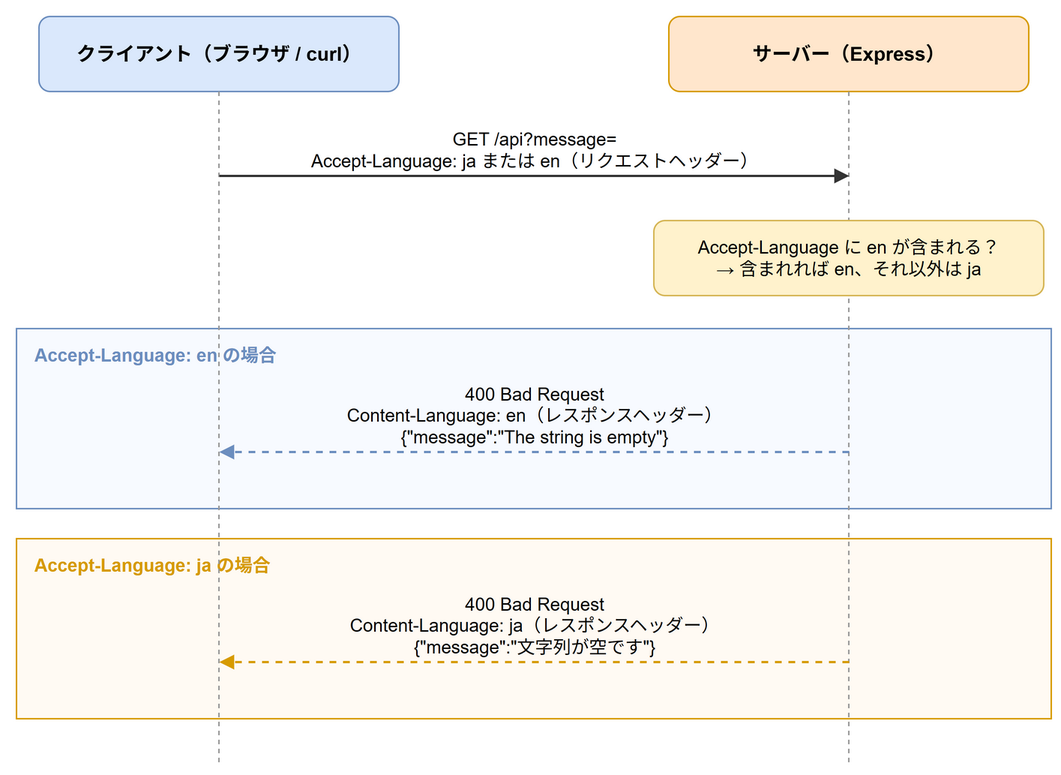
Above: images/articles/http-accept-lang/accept-language-flow.drawio.png in aew2sbee/zenn (draw.io), before the change. Source tidied: cells renumbered, new cells last; positions are measured from the earlier drawing's top-left corner, leaving out a move shared by most shapes.
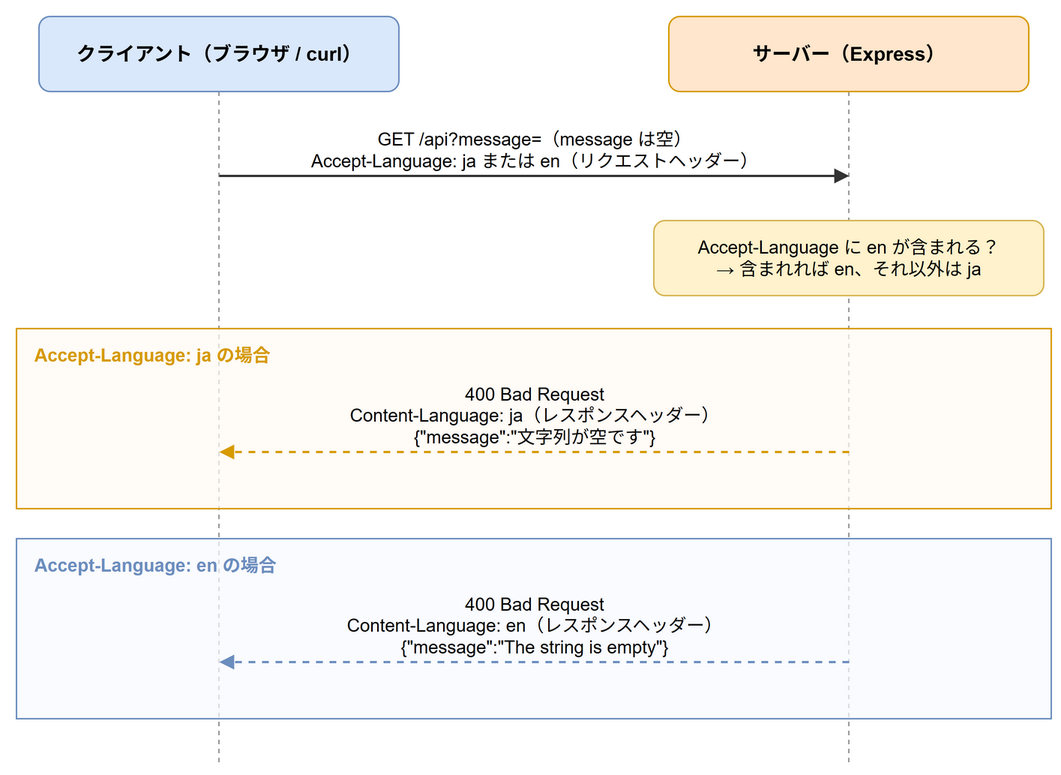
The same diagram one commit later.

Commit message:
docs: Accept-Languageの図と導入文をレビュー指摘に合わせて修正

Change to the diagram source:
```diff
@@ -2,31 +2,31 @@
   <root>
     <mxCell id="0" />
     <mxCell id="1" parent="0" />
+    <mxCell id="5" style="endArrow=none;html=1;dashed=1;strokeColor=#999999;" parent="1" edge="1">
+      <mxGeometry relative="1" as="geometry">
+        <mxPoint x="135" y="50" as="sourcePoint" />
+        <mxPoint x="135" y="498" as="targetPoint" />
+      </mxGeometry>
+    </mxCell>
+    <mxCell id="7" style="endArrow=none;html=1;dashed=1;strokeColor=#999999;" parent="1" edge="1">
+      <mxGeometry relative="1" as="geometry">
+        <mxPoint x="555" y="50" as="sourcePoint" />
+        <mxPoint x="555" y="498" as="targetPoint" />
+      </mxGeometry>
+    </mxCell>
-    <mxCell id="2" value="Accept-Language: en の場合" style="rounded=0;whiteSpace=wrap;html=1;fillColor=#f7faff;strokeColor=#6c8ebf;verticalAlign=top;align=left;spacingLeft=10;spacingTop=4;fontStyle=1;fontSize=12;fontColor=#6c8ebf;" parent="1" vertex="1">
+    <mxCell id="2" value="Accept-Language: ja の場合" style="rounded=0;whiteSpace=wrap;html=1;fillColor=#fffaf3;fillOpacity=70;strokeColor=#d79b00;verticalAlign=top;align=left;spacingLeft=10;spacingTop=4;fontStyle=1;fontSize=12;fontColor=#d79b00;" parent="1" vertex="1">
       <mxGeometry y="208" width="690" height="120" as="geometry" />
     </mxCell>
-    <mxCell id="3" value="Accept-Language: ja の場合" style="rounded=0;whiteSpace=wrap;html=1;fillColor=#fffaf3;strokeColor=#d79b00;verticalAlign=top;align=left;spacingLeft=10;spacingTop=4;fontStyle=1;fontSize=12;fontColor=#d79b00;" parent="1" vertex="1">
+    <mxCell id="3" value="Accept-Language: en の場合" style="rounded=0;whiteSpace=wrap;html=1;fillColor=#f7faff;fillOpacity=70;strokeColor=#6c8ebf;verticalAlign=top;align=left;spacingLeft=10;spacingTop=4;fontStyle=1;fontSize=12;fontColor=#6c8ebf;" parent="1" vertex="1">
       <mxGeometry y="348" width="690" height="120" as="geometry" />
     </mxCell>
     <mxCell id="4" value="クライアント（ブラウザ / curl）" style="rounded=1;whiteSpace=wrap;html=1;fontSize=13;fontStyle=1;fillColor=#dae8fc;strokeColor=#6c8ebf;" parent="1" vertex="1">
       <mxGeometry x="15" width="240" height="50" as="geometry" />
     </mxCell>
-    <mxCell id="5" style="endArrow=none;html=1;dashed=1;strokeColor=#999999;" parent="1" edge="1">
-      <mxGeometry relative="1" as="geometry">
-        <mxPoint x="135" y="50" as="sourcePoint" />
-        <mxPoint x="135" y="498" as="targetPoint" />
-      </mxGeometry>
-    </mxCell>
     <mxCell id="6" value="サーバー（Express）" style="rounded=1;whiteSpace=wrap;html=1;fontSize=13;fontStyle=1;fillColor=#ffe6cc;strokeColor=#d79b00;" parent="1" vertex="1">
       <mxGeometry x="435" width="240" height="50" as="geometry" />
     </mxCell>
-    <mxCell id="7" style="endArrow=none;html=1;dashed=1;strokeColor=#999999;" parent="1" edge="1">
-      <mxGeometry relative="1" as="geometry">
-        <mxPoint x="555" y="50" as="sourcePoint" />
-        <mxPoint x="555" y="498" as="targetPoint" />
-      </mxGeometry>
-    </mxCell>
-    <mxCell id="8" value="GET /api?message=&lt;br&gt;Accept-Language: ja または en（リクエストヘッダー）" style="html=1;endArrow=block;endFill=1;strokeColor=#333333;strokeWidth=1.5;fontSize=12;verticalAlign=bottom;labelBackgroundColor=none;" parent="1" edge="1">
+    <mxCell id="8" value="GET /api?message=（message は空）&lt;br&gt;Accept-Language: ja または en（リクエストヘッダー）" style="html=1;endArrow=block;endFill=1;strokeColor=#333333;strokeWidth=1.5;fontSize=12;verticalAlign=bottom;labelBackgroundColor=none;" parent="1" edge="1">
       <mxGeometry relative="1" as="geometry">
         <mxPoint x="135" y="106" as="sourcePoint" />
         <mxPoint x="555" y="106" as="targetPoint" />
@@ -35,13 +35,13 @@
     <mxCell id="9" value="Accept-Language に en が含まれる？&lt;br&gt;→ 含まれれば en、それ以外は ja" style="rounded=1;whiteSpace=wrap;html=1;fontSize=12;fillColor=#fff2cc;strokeColor=#d6b656;" parent="1" vertex="1">
       <mxGeometry x="425" y="136" width="260" height="50" as="geometry" />
     </mxCell>
-    <mxCell id="10" value="400 Bad Request&lt;br&gt;Content-Language: en（レスポンスヘッダー）&lt;br&gt;{&quot;message&quot;:&quot;The string is empty&quot;}" style="html=1;endArrow=block;endFill=1;strokeColor=#6c8ebf;strokeWidth=1.5;fontSize=12;verticalAlign=bottom;labelBackgroundColor=none;dashed=1;" parent="1" edge="1">
+    <mxCell id="10" value="400 Bad Request&lt;br&gt;Content-Language: ja（レスポンスヘッダー）&lt;br&gt;{&quot;message&quot;:&quot;文字列が空です&quot;}" style="html=1;endArrow=block;endFill=1;strokeColor=#d79b00;strokeWidth=1.5;fontSize=12;verticalAlign=bottom;labelBackgroundColor=none;dashed=1;" parent="1" edge="1">
       <mxGeometry relative="1" as="geometry">
         <mxPoint x="555" y="290" as="sourcePoint" />
         <mxPoint x="135" y="290" as="targetPoint" />
       </mxGeometry>
     </mxCell>
-    <mxCell id="11" value="400 Bad Request&lt;br&gt;Content-Language: ja（レスポンスヘッダー）&lt;br&gt;{&quot;message&quot;:&quot;文字列が空です&quot;}" style="html=1;endArrow=block;endFill=1;strokeColor=#d79b00;strokeWidth=1.5;fontSize=12;verticalAlign=bottom;labelBackgroundColor=none;dashed=1;" parent="1" edge="1">
+    <mxCell id="11" value="400 Bad Request&lt;br&gt;Content-Language: en（レスポンスヘッダー）&lt;br&gt;{&quot;message&quot;:&quot;The string is empty&quot;}" style="html=1;endArrow=block;endFill=1;strokeColor=#6c8ebf;strokeWidth=1.5;fontSize=12;verticalAlign=bottom;labelBackgroundColor=none;dashed=1;" parent="1" edge="1">
       <mxGeometry relative="1" as="geometry">
         <mxPoint x="555" y="430" as="sourcePoint" />
         <mxPoint x="135" y="430" as="targetPoint" />
```
